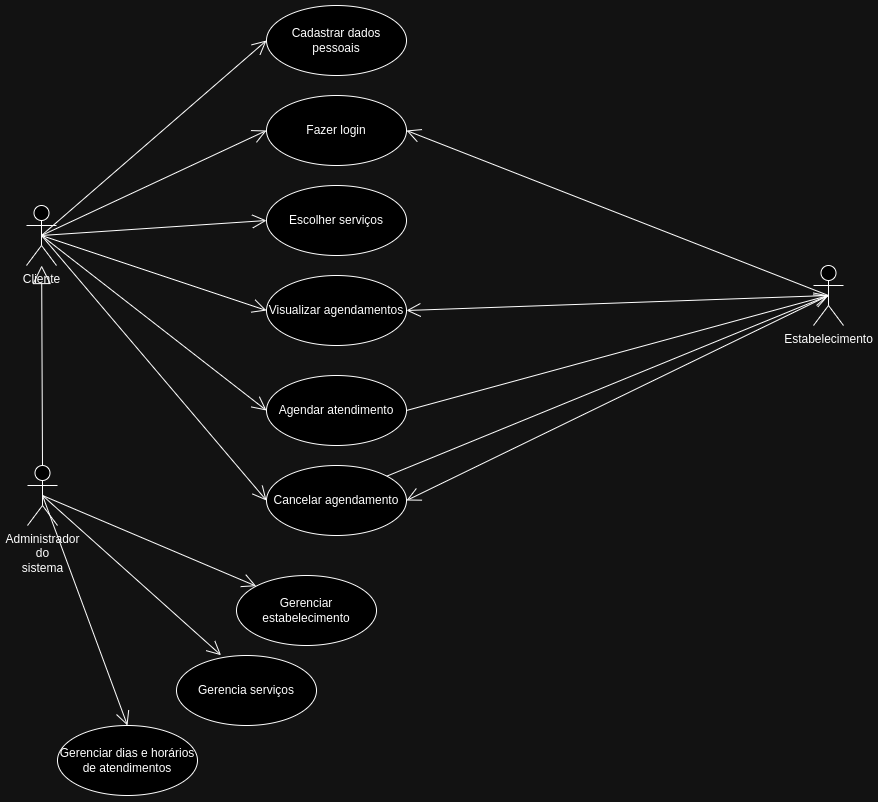
Above: docs/img/barberease-usecase-diagram.png in ICEI-PUC-Minas-PMV-ADS/pmv-ads-2024-1-e2-proj-int-t9-pmv-ads-2024-1-e2-proj-barberease (draw.io), before the change. Source tidied: cells renumbered, new cells last; positions are measured from the earlier drawing's top-left corner, leaving out a move shared by most shapes. The source it was exported from:
```xml
<mxGraphModel>
  <root>
    <mxCell id="0" />
    <mxCell id="1" parent="0" />
    <mxCell id="2" value="Cliente" style="shape=umlActor;verticalLabelPosition=bottom;verticalAlign=top;html=1;" parent="1" vertex="1">
      <mxGeometry y="200" width="30" height="60" as="geometry" />
    </mxCell>
    <mxCell id="3" value="Estabelecimento" style="shape=umlActor;verticalLabelPosition=bottom;verticalAlign=top;html=1;" parent="1" vertex="1">
      <mxGeometry x="787" y="260" width="30" height="60" as="geometry" />
    </mxCell>
    <mxCell id="4" value="Administrador&lt;br&gt;do&lt;br&gt;sistema" style="shape=umlActor;verticalLabelPosition=bottom;verticalAlign=top;html=1;" parent="1" vertex="1">
      <mxGeometry x="1" y="460" width="30" height="60" as="geometry" />
    </mxCell>
    <mxCell id="5" value="Cadastrar dados pessoais" style="ellipse;whiteSpace=wrap;html=1;" parent="1" vertex="1">
      <mxGeometry x="240" width="140" height="70" as="geometry" />
    </mxCell>
    <mxCell id="6" value="Fazer login" style="ellipse;whiteSpace=wrap;html=1;" parent="1" vertex="1">
      <mxGeometry x="240" y="90" width="140" height="70" as="geometry" />
    </mxCell>
    <mxCell id="7" value="Escolher serviços" style="ellipse;whiteSpace=wrap;html=1;" parent="1" vertex="1">
      <mxGeometry x="240" y="180" width="140" height="70" as="geometry" />
    </mxCell>
    <mxCell id="8" value="Agendar atendimento" style="ellipse;whiteSpace=wrap;html=1;" parent="1" vertex="1">
      <mxGeometry x="240" y="370" width="140" height="70" as="geometry" />
    </mxCell>
    <mxCell id="9" value="Cancelar agendamento" style="ellipse;whiteSpace=wrap;html=1;" parent="1" vertex="1">
      <mxGeometry x="240" y="460" width="140" height="70" as="geometry" />
    </mxCell>
    <mxCell id="10" value="Visualizar agendamentos" style="ellipse;whiteSpace=wrap;html=1;" parent="1" vertex="1">
      <mxGeometry x="240" y="270" width="140" height="70" as="geometry" />
    </mxCell>
    <mxCell id="11" style="endArrow=open;endFill=1;endSize=12;html=1;rounded=0;entryX=0;entryY=0.5;entryDx=0;entryDy=0;exitX=0.5;exitY=0.5;exitDx=0;exitDy=0;exitPerimeter=0;" parent="1" edge="1" source="2" target="5">
      <mxGeometry relative="1" as="geometry" />
    </mxCell>
    <mxCell id="12" style="endArrow=open;endFill=1;endSize=12;html=1;rounded=0;exitX=0.5;exitY=0.5;exitDx=0;exitDy=0;exitPerimeter=0;entryX=0;entryY=0.5;entryDx=0;entryDy=0;" parent="1" edge="1" source="2" target="6">
      <mxGeometry relative="1" as="geometry" />
    </mxCell>
    <mxCell id="13" style="endArrow=open;endFill=1;endSize=12;html=1;rounded=0;exitX=0.5;exitY=0.5;exitDx=0;exitDy=0;exitPerimeter=0;entryX=0;entryY=0.5;entryDx=0;entryDy=0;" parent="1" edge="1" source="2" target="7">
      <mxGeometry relative="1" as="geometry" />
    </mxCell>
    <mxCell id="14" style="endArrow=open;endFill=1;endSize=12;html=1;rounded=0;exitX=0.5;exitY=0.5;exitDx=0;exitDy=0;exitPerimeter=0;entryX=0;entryY=0.5;entryDx=0;entryDy=0;" parent="1" edge="1" source="2" target="8">
      <mxGeometry relative="1" as="geometry" />
    </mxCell>
    <mxCell id="15" style="endArrow=block;endSize=16;endFill=0;html=1;rounded=0;exitX=0.5;exitY=0;exitDx=0;exitDy=0;exitPerimeter=0;" parent="1" edge="1" source="4" target="2">
      <mxGeometry relative="1" as="geometry" />
    </mxCell>
    <mxCell id="16" style="endArrow=open;endFill=1;endSize=12;html=1;rounded=0;exitX=0.5;exitY=0.5;exitDx=0;exitDy=0;exitPerimeter=0;entryX=0;entryY=0.5;entryDx=0;entryDy=0;" parent="1" edge="1" source="2" target="9">
      <mxGeometry relative="1" as="geometry" />
    </mxCell>
    <mxCell id="17" style="endArrow=open;endFill=1;endSize=12;html=1;rounded=0;exitX=0.5;exitY=0.5;exitDx=0;exitDy=0;exitPerimeter=0;entryX=0;entryY=0.5;entryDx=0;entryDy=0;" parent="1" edge="1" source="2" target="10">
      <mxGeometry relative="1" as="geometry" />
    </mxCell>
    <mxCell id="18" style="endArrow=open;endFill=1;endSize=12;html=1;rounded=0;exitX=0.5;exitY=0.5;exitDx=0;exitDy=0;exitPerimeter=0;entryX=1;entryY=0.5;entryDx=0;entryDy=0;" parent="1" edge="1" source="3" target="6">
      <mxGeometry relative="1" as="geometry" />
    </mxCell>
    <mxCell id="19" style="endArrow=open;endFill=1;endSize=12;html=1;rounded=0;exitX=0.5;exitY=0.5;exitDx=0;exitDy=0;exitPerimeter=0;entryX=1;entryY=0.5;entryDx=0;entryDy=0;" parent="1" edge="1" source="3" target="10">
      <mxGeometry relative="1" as="geometry" />
    </mxCell>
    <mxCell id="20" style="endArrow=open;endFill=1;endSize=12;html=1;rounded=0;exitX=0.5;exitY=0.5;exitDx=0;exitDy=0;exitPerimeter=0;entryX=1;entryY=0.5;entryDx=0;entryDy=0;" parent="1" edge="1" source="3" target="9">
      <mxGeometry relative="1" as="geometry" />
    </mxCell>
    <mxCell id="21" style="endArrow=open;endFill=1;endSize=12;html=1;rounded=0;exitX=1;exitY=0.5;exitDx=0;exitDy=0;entryX=0.5;entryY=0.5;entryDx=0;entryDy=0;entryPerimeter=0;" parent="1" edge="1" source="8" target="3">
      <mxGeometry relative="1" as="geometry" />
    </mxCell>
    <mxCell id="22" value="Gerenciar estabelecimento" style="ellipse;whiteSpace=wrap;html=1;" parent="1" vertex="1">
      <mxGeometry x="210" y="570" width="140" height="70" as="geometry" />
    </mxCell>
    <mxCell id="23" value="Gerencia serviços" style="ellipse;whiteSpace=wrap;html=1;" parent="1" vertex="1">
      <mxGeometry x="150" y="650" width="140" height="70" as="geometry" />
    </mxCell>
    <mxCell id="24" value="Gerenciar dias e horários de atendimentos" style="ellipse;whiteSpace=wrap;html=1;" parent="1" vertex="1">
      <mxGeometry x="31" y="720" width="140" height="70" as="geometry" />
    </mxCell>
    <mxCell id="25" style="endArrow=open;endFill=1;endSize=12;html=1;rounded=0;exitX=0.5;exitY=0.5;exitDx=0;exitDy=0;exitPerimeter=0;entryX=0;entryY=0;entryDx=0;entryDy=0;" parent="1" edge="1" source="4" target="22">
      <mxGeometry relative="1" as="geometry" />
    </mxCell>
    <mxCell id="26" style="endArrow=open;endFill=1;endSize=12;html=1;rounded=0;exitX=0.5;exitY=0.5;exitDx=0;exitDy=0;exitPerimeter=0;entryX=0.318;entryY=-0.004;entryDx=0;entryDy=0;entryPerimeter=0;" parent="1" edge="1" source="4" target="23">
      <mxGeometry relative="1" as="geometry" />
    </mxCell>
    <mxCell id="27" style="endArrow=open;endFill=1;endSize=12;html=1;rounded=0;exitX=0.5;exitY=0.5;exitDx=0;exitDy=0;exitPerimeter=0;entryX=0.5;entryY=0;entryDx=0;entryDy=0;" parent="1" edge="1" source="4" target="24">
      <mxGeometry relative="1" as="geometry" />
    </mxCell>
    <mxCell id="28" style="endArrow=open;endFill=1;endSize=12;html=1;rounded=0;exitX=1;exitY=0;exitDx=0;exitDy=0;entryX=0.5;entryY=0.5;entryDx=0;entryDy=0;entryPerimeter=0;" parent="1" edge="1" source="9" target="3">
      <mxGeometry relative="1" as="geometry" />
    </mxCell>
  </root>
</mxGraphModel>
```
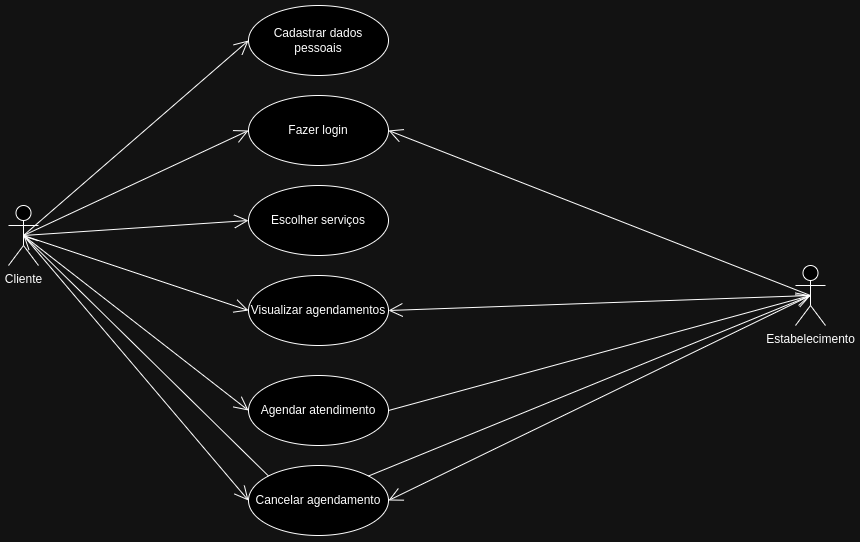
After the commit.

Commit message:
docs: fixes RF, RNF and use case diagram

Change to the diagram source:
```diff
@@ -8,9 +8,6 @@
     <mxCell id="3" value="Estabelecimento" style="shape=umlActor;verticalLabelPosition=bottom;verticalAlign=top;html=1;" parent="1" vertex="1">
       <mxGeometry x="787" y="260" width="30" height="60" as="geometry" />
     </mxCell>
-    <mxCell id="4" value="Administrador&lt;br&gt;do&lt;br&gt;sistema" style="shape=umlActor;verticalLabelPosition=bottom;verticalAlign=top;html=1;" parent="1" vertex="1">
-      <mxGeometry x="1" y="460" width="30" height="60" as="geometry" />
-    </mxCell>
     <mxCell id="5" value="Cadastrar dados pessoais" style="ellipse;whiteSpace=wrap;html=1;" parent="1" vertex="1">
       <mxGeometry x="240" width="140" height="70" as="geometry" />
     </mxCell>
@@ -41,9 +38,6 @@
     <mxCell id="14" style="endArrow=open;endFill=1;endSize=12;html=1;rounded=0;exitX=0.5;exitY=0.5;exitDx=0;exitDy=0;exitPerimeter=0;entryX=0;entryY=0.5;entryDx=0;entryDy=0;" parent="1" edge="1" source="2" target="8">
       <mxGeometry relative="1" as="geometry" />
     </mxCell>
-    <mxCell id="15" style="endArrow=block;endSize=16;endFill=0;html=1;rounded=0;exitX=0.5;exitY=0;exitDx=0;exitDy=0;exitPerimeter=0;" parent="1" edge="1" source="4" target="2">
-      <mxGeometry relative="1" as="geometry" />
-    </mxCell>
     <mxCell id="16" style="endArrow=open;endFill=1;endSize=12;html=1;rounded=0;exitX=0.5;exitY=0.5;exitDx=0;exitDy=0;exitPerimeter=0;entryX=0;entryY=0.5;entryDx=0;entryDy=0;" parent="1" edge="1" source="2" target="9">
       <mxGeometry relative="1" as="geometry" />
     </mxCell>
@@ -62,26 +56,11 @@
     <mxCell id="21" style="endArrow=open;endFill=1;endSize=12;html=1;rounded=0;exitX=1;exitY=0.5;exitDx=0;exitDy=0;entryX=0.5;entryY=0.5;entryDx=0;entryDy=0;entryPerimeter=0;" parent="1" edge="1" source="8" target="3">
       <mxGeometry relative="1" as="geometry" />
     </mxCell>
-    <mxCell id="22" value="Gerenciar estabelecimento" style="ellipse;whiteSpace=wrap;html=1;" parent="1" vertex="1">
-      <mxGeometry x="210" y="570" width="140" height="70" as="geometry" />
-    </mxCell>
-    <mxCell id="23" value="Gerencia serviços" style="ellipse;whiteSpace=wrap;html=1;" parent="1" vertex="1">
-      <mxGeometry x="150" y="650" width="140" height="70" as="geometry" />
-    </mxCell>
-    <mxCell id="24" value="Gerenciar dias e horários de atendimentos" style="ellipse;whiteSpace=wrap;html=1;" parent="1" vertex="1">
-      <mxGeometry x="31" y="720" width="140" height="70" as="geometry" />
-    </mxCell>
-    <mxCell id="25" style="endArrow=open;endFill=1;endSize=12;html=1;rounded=0;exitX=0.5;exitY=0.5;exitDx=0;exitDy=0;exitPerimeter=0;entryX=0;entryY=0;entryDx=0;entryDy=0;" parent="1" edge="1" source="4" target="22">
-      <mxGeometry relative="1" as="geometry" />
-    </mxCell>
-    <mxCell id="26" style="endArrow=open;endFill=1;endSize=12;html=1;rounded=0;exitX=0.5;exitY=0.5;exitDx=0;exitDy=0;exitPerimeter=0;entryX=0.318;entryY=-0.004;entryDx=0;entryDy=0;entryPerimeter=0;" parent="1" edge="1" source="4" target="23">
-      <mxGeometry relative="1" as="geometry" />
-    </mxCell>
-    <mxCell id="27" style="endArrow=open;endFill=1;endSize=12;html=1;rounded=0;exitX=0.5;exitY=0.5;exitDx=0;exitDy=0;exitPerimeter=0;entryX=0.5;entryY=0;entryDx=0;entryDy=0;" parent="1" edge="1" source="4" target="24">
-      <mxGeometry relative="1" as="geometry" />
-    </mxCell>
     <mxCell id="28" style="endArrow=open;endFill=1;endSize=12;html=1;rounded=0;exitX=1;exitY=0;exitDx=0;exitDy=0;entryX=0.5;entryY=0.5;entryDx=0;entryDy=0;entryPerimeter=0;" parent="1" edge="1" source="9" target="3">
       <mxGeometry relative="1" as="geometry" />
     </mxCell>
+    <mxCell id="29" style="endArrow=open;endFill=1;endSize=12;html=1;rounded=0;exitX=0;exitY=0;exitDx=0;exitDy=0;entryX=0.5;entryY=0.5;entryDx=0;entryDy=0;entryPerimeter=0;" parent="1" edge="1" source="9" target="2">
+      <mxGeometry relative="1" as="geometry" />
+    </mxCell>
   </root>
 </mxGraphModel>
```
